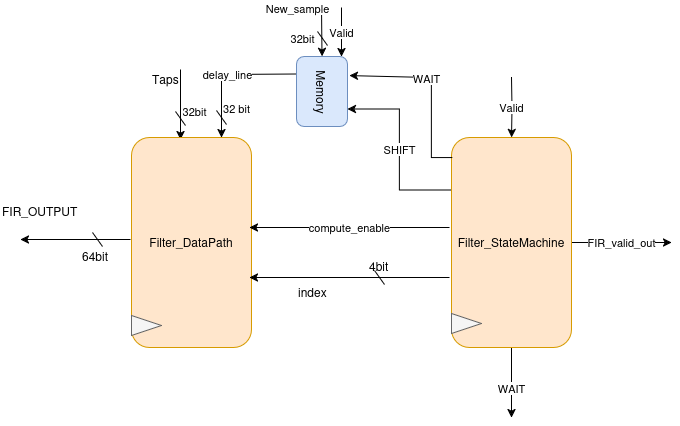
Before: Usman/Decimator/doc/filter.drawio.png, a diagram exported from draw.io (medsuet/Xcelerium-IC-Design-Training). Source tidied: cells renumbered, new cells last; positions are measured from the earlier drawing's top-left corner, leaving out a move shared by most shapes.
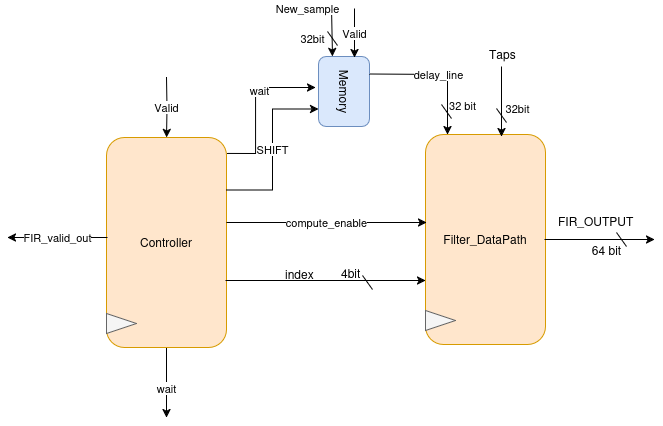
After the commit.

Commit message:
update filter direction

Diff of the diagram source:
```diff
@@ -2,60 +2,6 @@
   <root>
     <mxCell id="0" />
     <mxCell id="1" parent="0" />
-    <mxCell id="2" value="delay_line" style="rounded=0;jettySize=auto;html=1;entryX=0.75;entryY=0;entryDx=0;entryDy=0;exitX=0;exitY=0.25;exitDx=0;exitDy=0;" parent="1" edge="1" source="25" target="8">
-      <mxGeometry relative="1" as="geometry">
-        <Array as="points">
-          <mxPoint x="221" y="67" />
-        </Array>
-      </mxGeometry>
-    </mxCell>
-    <mxCell id="3" value="32bit" style="edgeLabel;html=1;align=center;verticalAlign=middle;" parent="2" vertex="1">
-      <mxGeometry x="-0.82" y="1" relative="1" as="geometry">
-        <mxPoint x="30" y="16" as="offset" />
-      </mxGeometry>
-    </mxCell>
-    <mxCell id="4" value="32 bit" style="edgeLabel;html=1;align=center;verticalAlign=middle;" parent="2" vertex="1">
-      <mxGeometry x="0.38" y="-2" relative="1" as="geometry">
-        <mxPoint x="16" y="14" as="offset" />
-      </mxGeometry>
-    </mxCell>
-    <mxCell id="5" style="edgeStyle=orthogonalEdgeStyle;rounded=0;orthogonalLoop=1;jettySize=auto;html=1;entryX=0.25;entryY=1;entryDx=0;entryDy=0;" parent="1" edge="1">
-      <mxGeometry relative="1" as="geometry">
-        <mxPoint x="180" y="62" as="sourcePoint" />
-        <mxPoint x="180" y="132" as="targetPoint" />
-      </mxGeometry>
-    </mxCell>
-    <mxCell id="6" value="32bit" style="edgeLabel;html=1;align=center;verticalAlign=middle;" parent="5" vertex="1">
-      <mxGeometry x="-0.64" relative="1" as="geometry">
-        <mxPoint x="13" y="28" as="offset" />
-      </mxGeometry>
-    </mxCell>
-    <mxCell id="7" style="edgeStyle=orthogonalEdgeStyle;rounded=0;orthogonalLoop=1;jettySize=auto;html=1;exitX=0;exitY=0.5;exitDx=0;exitDy=0;" parent="1" edge="1">
-      <mxGeometry y="5" relative="1" as="geometry">
-        <mxPoint x="130" y="232" as="sourcePoint" />
-        <mxPoint x="20" y="232" as="targetPoint" />
-      </mxGeometry>
-    </mxCell>
-    <mxCell id="8" value="Filter_DataPath" style="rounded=1;whiteSpace=wrap;html=1;fillColor=#ffe6cc;strokeColor=#d79b00;" parent="1" vertex="1">
-      <mxGeometry x="131" y="130" width="120" height="210" as="geometry" />
-    </mxCell>
-    <mxCell id="9" value="compute_enable" style="edgeStyle=orthogonalEdgeStyle;rounded=0;orthogonalLoop=1;jettySize=auto;html=1;exitX=0;exitY=0.25;exitDx=0;exitDy=0;entryX=1;entryY=0.25;entryDx=0;entryDy=0;" parent="1" edge="1">
-      <mxGeometry relative="1" as="geometry">
-        <mxPoint x="449" y="220" as="sourcePoint" />
-        <mxPoint x="249" y="220" as="targetPoint" />
-      </mxGeometry>
-    </mxCell>
-    <mxCell id="10" style="edgeStyle=orthogonalEdgeStyle;rounded=0;orthogonalLoop=1;jettySize=auto;html=1;exitX=0;exitY=0.5;exitDx=0;exitDy=0;entryX=1;entryY=0.5;entryDx=0;entryDy=0;" parent="1" edge="1">
-      <mxGeometry relative="1" as="geometry">
-        <mxPoint x="449" y="270" as="sourcePoint" />
-        <mxPoint x="249" y="270" as="targetPoint" />
-      </mxGeometry>
-    </mxCell>
-    <mxCell id="11" value="FIR_valid_out" style="edgeStyle=orthogonalEdgeStyle;rounded=0;jettySize=auto;html=1;exitX=1;exitY=0.5;exitDx=0;exitDy=0;" parent="1" edge="1" source="16">
-      <mxGeometry relative="1" as="geometry">
-        <mxPoint x="671" y="235" as="targetPoint" />
-      </mxGeometry>
-    </mxCell>
     <mxCell id="12" value="Valid" style="edgeStyle=orthogonalEdgeStyle;rounded=0;jettySize=auto;html=1;entryX=0.5;entryY=0;entryDx=0;entryDy=0;" parent="1" edge="1" target="16">
       <mxGeometry relative="1" as="geometry">
         <mxPoint x="511" y="70" as="sourcePoint" />
@@ -66,108 +12,159 @@
         <mxPoint x="511" y="410" as="targetPoint" />
       </mxGeometry>
     </mxCell>
-    <mxCell id="14" value="WAIT" style="edgeLabel;html=1;align=center;verticalAlign=middle;" parent="13" vertex="1">
+    <mxCell id="14" value="wait" style="edgeLabel;html=1;align=center;verticalAlign=middle;" parent="13" vertex="1">
       <mxGeometry x="0.15" y="-1" relative="1" as="geometry" />
     </mxCell>
+    <mxCell id="16" value="Controller" style="rounded=1;whiteSpace=wrap;html=1;fillColor=#ffe6cc;strokeColor=#d79b00;" parent="1" vertex="1">
+      <mxGeometry x="451" y="130" width="120" height="210" as="geometry" />
+    </mxCell>
+    <mxCell id="18" style="triangle;whiteSpace=wrap;html=1;rotation=-90;direction=south;fillColor=#f5f5f5;strokeColor=#666666;fontColor=#333333;" parent="1" vertex="1">
+      <mxGeometry x="456" y="301" width="20" height="30" as="geometry" />
+    </mxCell>
+    <mxCell id="30" style="endArrow=none;html=1;rounded=0;" parent="1" edge="1">
+      <mxGeometry relative="1" as="geometry">
+        <mxPoint x="717" y="282" as="sourcePoint" />
+        <mxPoint x="707" y="268" as="targetPoint" />
+      </mxGeometry>
+    </mxCell>
+    <mxCell id="32" value="4bit" style="text;whiteSpace=wrap;html=1;" parent="1" vertex="1">
+      <mxGeometry x="684" y="252" width="30" height="30" as="geometry" />
+    </mxCell>
+    <mxCell id="8" value="Filter_DataPath" style="rounded=1;whiteSpace=wrap;html=1;fillColor=#ffe6cc;strokeColor=#d79b00;" parent="1" vertex="1">
+      <mxGeometry x="770" y="127" width="120" height="210" as="geometry" />
+    </mxCell>
+    <mxCell id="11" value="FIR_valid_out" style="edgeStyle=orthogonalEdgeStyle;rounded=0;orthogonalLoop=1;jettySize=auto;html=1;exitX=1;exitY=0.5;exitDx=0;exitDy=0;" parent="1" edge="1">
+      <mxGeometry relative="1" as="geometry">
+        <mxPoint x="452" y="230" as="sourcePoint" />
+        <mxPoint x="352" y="230" as="targetPoint" />
+      </mxGeometry>
+    </mxCell>
+    <mxCell id="9" value="compute_enable" style="edgeStyle=orthogonalEdgeStyle;rounded=0;orthogonalLoop=1;jettySize=auto;html=1;exitX=0;exitY=0.25;exitDx=0;exitDy=0;entryX=1;entryY=0.25;entryDx=0;entryDy=0;" parent="1" edge="1">
+      <mxGeometry relative="1" as="geometry">
+        <mxPoint x="571" y="215" as="sourcePoint" />
+        <mxPoint x="771" y="215" as="targetPoint" />
+      </mxGeometry>
+    </mxCell>
+    <mxCell id="37" style="edgeStyle=orthogonalEdgeStyle;rounded=0;orthogonalLoop=1;jettySize=auto;html=1;exitX=0;exitY=0.5;exitDx=0;exitDy=0;entryX=1;entryY=0.5;entryDx=0;entryDy=0;" parent="1" edge="1">
+      <mxGeometry relative="1" as="geometry">
+        <mxPoint x="570" y="273" as="sourcePoint" />
+        <mxPoint x="770" y="273" as="targetPoint" />
+      </mxGeometry>
+    </mxCell>
+    <mxCell id="31" value="&lt;div&gt;index&lt;/div&gt;" style="text;whiteSpace=wrap;html=1;" parent="1" vertex="1">
+      <mxGeometry x="628" y="253" width="30" height="30" as="geometry" />
+    </mxCell>
+    <mxCell id="38" style="rounded=1;whiteSpace=wrap;html=1;fillColor=#dae8fc;strokeColor=#6c8ebf;" parent="1" vertex="1">
+      <mxGeometry x="663" y="49" width="51" height="70" as="geometry" />
+    </mxCell>
+    <mxCell id="26" value="Memory" style="text;html=1;align=center;verticalAlign=middle;strokeColor=none;fillColor=none;rotation=90;" parent="1" vertex="1">
+      <mxGeometry x="655" y="69" width="70" height="30" as="geometry" />
+    </mxCell>
+    <mxCell id="39" style="rounded=0;jettySize=auto;html=1;exitX=1.008;exitY=0.076;exitDx=0;exitDy=0;exitPerimeter=0;" parent="1" edge="1" source="16">
+      <mxGeometry relative="1" as="geometry">
+        <mxPoint x="660" y="80" as="targetPoint" />
+        <Array as="points">
+          <mxPoint x="600" y="146" />
+          <mxPoint x="600" y="120" />
+          <mxPoint x="600" y="80" />
+        </Array>
+      </mxGeometry>
+    </mxCell>
+    <mxCell id="40" value="wait" style="edgeLabel;html=1;align=center;verticalAlign=middle;" parent="39" vertex="1">
+      <mxGeometry x="0.2" y="1" relative="1" as="geometry">
+        <mxPoint x="4" as="offset" />
+      </mxGeometry>
+    </mxCell>
-    <mxCell id="15" value="SHIFT" style="edgeStyle=orthogonalEdgeStyle;rounded=0;jettySize=auto;html=1;exitX=0;exitY=0.25;exitDx=0;exitDy=0;entryX=1;entryY=0.75;entryDx=0;entryDy=0;" parent="1" edge="1" source="16" target="25">
+    <mxCell id="15" value="SHIFT" style="edgeStyle=orthogonalEdgeStyle;rounded=0;jettySize=auto;html=1;exitX=1;exitY=0.25;exitDx=0;exitDy=0;entryX=0;entryY=0.75;entryDx=0;entryDy=0;" parent="1" edge="1" source="16" target="38">
       <mxGeometry relative="1" as="geometry" />
     </mxCell>
-    <mxCell id="16" value="Filter_StateMachine" style="rounded=1;whiteSpace=wrap;html=1;fillColor=#ffe6cc;strokeColor=#d79b00;" parent="1" vertex="1">
-      <mxGeometry x="451" y="130" width="120" height="210" as="geometry" />
-    </mxCell>
-    <mxCell id="17" style="triangle;whiteSpace=wrap;html=1;rotation=-90;direction=south;fillColor=#f5f5f5;fontColor=#333333;strokeColor=#666666;" parent="1" vertex="1">
-      <mxGeometry x="136" y="303" width="20" height="30" as="geometry" />
-    </mxCell>
-    <mxCell id="18" style="triangle;whiteSpace=wrap;html=1;rotation=-90;direction=south;fillColor=#f5f5f5;strokeColor=#666666;fontColor=#333333;" parent="1" vertex="1">
-      <mxGeometry x="456" y="301" width="20" height="30" as="geometry" />
-    </mxCell>
-    <mxCell id="19" style="rounded=0;jettySize=auto;html=1;entryX=0.5;entryY=0;entryDx=0;entryDy=0;" parent="1" edge="1" target="25">
-      <mxGeometry relative="1" as="geometry">
-        <mxPoint x="321" as="sourcePoint" />
-      </mxGeometry>
-    </mxCell>
+    <mxCell id="2" value="delay_line" style="rounded=0;jettySize=auto;html=1;entryX=0.75;entryY=0;entryDx=0;entryDy=0;exitX=1;exitY=0.25;exitDx=0;exitDy=0;" parent="1" edge="1" source="38">
+      <mxGeometry relative="1" as="geometry">
+        <mxPoint x="792" y="127" as="targetPoint" />
+        <Array as="points">
+          <mxPoint x="792" y="67" />
+        </Array>
+      </mxGeometry>
+    </mxCell>
+    <mxCell id="4" value="32 bit" style="edgeLabel;html=1;align=center;verticalAlign=middle;" parent="2" vertex="1">
+      <mxGeometry x="0.38" y="-2" relative="1" as="geometry">
+        <mxPoint x="16" y="14" as="offset" />
+      </mxGeometry>
+    </mxCell>
+    <mxCell id="41" style="endArrow=none;html=1;rounded=0;" parent="1" edge="1">
+      <mxGeometry relative="1" as="geometry">
+        <mxPoint x="796" y="111" as="sourcePoint" />
+        <mxPoint x="786" y="97" as="targetPoint" />
+      </mxGeometry>
+    </mxCell>
+    <mxCell id="42" style="edgeStyle=orthogonalEdgeStyle;rounded=0;orthogonalLoop=1;jettySize=auto;html=1;entryX=0.25;entryY=1;entryDx=0;entryDy=0;" parent="1" edge="1">
+      <mxGeometry relative="1" as="geometry">
+        <mxPoint x="846" y="59" as="sourcePoint" />
+        <mxPoint x="846" y="129" as="targetPoint" />
+      </mxGeometry>
+    </mxCell>
+    <mxCell id="43" value="32bit" style="edgeLabel;html=1;align=center;verticalAlign=middle;" parent="42" vertex="1">
+      <mxGeometry x="-0.64" relative="1" as="geometry">
+        <mxPoint x="15" y="28" as="offset" />
+      </mxGeometry>
+    </mxCell>
+    <mxCell id="44" style="endArrow=none;html=1;rounded=0;" parent="1" edge="1">
+      <mxGeometry relative="1" as="geometry">
+        <mxPoint x="851" y="115" as="sourcePoint" />
+        <mxPoint x="841" y="101" as="targetPoint" />
+      </mxGeometry>
+    </mxCell>
+    <mxCell id="36" value="Taps" style="text;whiteSpace=wrap;html=1;" parent="1" vertex="1">
+      <mxGeometry x="832" y="33" width="30" height="30" as="geometry" />
+    </mxCell>
+    <mxCell id="24" value="Valid" style="rounded=0;orthogonalLoop=1;jettySize=auto;html=1;entryX=1;entryY=0;entryDx=0;entryDy=0;" parent="1" edge="1">
+      <mxGeometry relative="1" as="geometry">
+        <mxPoint x="699" y="1" as="sourcePoint" />
+        <mxPoint x="699" y="50" as="targetPoint" />
+      </mxGeometry>
+    </mxCell>
+    <mxCell id="45" style="rounded=0;orthogonalLoop=1;jettySize=auto;html=1;entryX=0.5;entryY=0;entryDx=0;entryDy=0;" parent="1" edge="1">
+      <mxGeometry relative="1" as="geometry">
+        <mxPoint x="676" as="sourcePoint" />
+        <mxPoint x="677" y="49" as="targetPoint" />
+      </mxGeometry>
+    </mxCell>
-    <mxCell id="20" value="New_sample" style="edgeLabel;html=1;align=center;verticalAlign=middle;rotation=0;" parent="19" vertex="1">
+    <mxCell id="20" value="New_sample" style="edgeLabel;html=1;align=center;verticalAlign=middle;rotation=0;" parent="45" vertex="1">
       <mxGeometry x="-0.33" y="-2" relative="1" as="geometry">
         <mxPoint x="-23" y="-17" as="offset" />
       </mxGeometry>
     </mxCell>
-    <mxCell id="21" value="32bit" style="edgeLabel;html=1;align=center;verticalAlign=middle;" parent="19" vertex="1">
-      <mxGeometry x="-0.1" y="-3" relative="1" as="geometry">
-        <mxPoint x="-17" y="8" as="offset" />
-      </mxGeometry>
-    </mxCell>
-    <mxCell id="22" style="rounded=0;orthogonalLoop=1;jettySize=auto;html=1;entryX=0;entryY=0.25;entryDx=0;entryDy=0;" parent="1" edge="1">
-      <mxGeometry relative="1" as="geometry">
-        <mxPoint x="452" y="150" as="sourcePoint" />
-        <mxPoint x="349" y="68" as="targetPoint" />
-        <Array as="points">
-          <mxPoint x="431" y="150" />
-          <mxPoint x="431" y="110" />
-          <mxPoint x="431" y="70" />
-        </Array>
-      </mxGeometry>
-    </mxCell>
-    <mxCell id="23" value="WAIT" style="edgeLabel;html=1;align=center;verticalAlign=middle;" parent="22" vertex="1">
-      <mxGeometry x="0.2" y="1" relative="1" as="geometry">
-        <mxPoint x="4" as="offset" />
-      </mxGeometry>
-    </mxCell>
-    <mxCell id="24" value="Valid" style="rounded=0;orthogonalLoop=1;jettySize=auto;html=1;entryX=1;entryY=0;entryDx=0;entryDy=0;" parent="1" edge="1">
-      <mxGeometry relative="1" as="geometry">
-        <mxPoint x="341" as="sourcePoint" />
-        <mxPoint x="341" y="49" as="targetPoint" />
-      </mxGeometry>
-    </mxCell>
-    <mxCell id="25" style="rounded=1;whiteSpace=wrap;html=1;fillColor=#dae8fc;strokeColor=#6c8ebf;" parent="1" vertex="1">
-      <mxGeometry x="296" y="49" width="51" height="70" as="geometry" />
-    </mxCell>
-    <mxCell id="26" value="Memory" style="text;html=1;align=center;verticalAlign=middle;strokeColor=none;fillColor=none;rotation=90;" parent="1" vertex="1">
-      <mxGeometry x="286.5" y="69" width="70" height="30" as="geometry" />
-    </mxCell>
+    <mxCell id="46" value="32bit" style="edgeLabel;html=1;align=center;verticalAlign=middle;" parent="45" vertex="1">
+      <mxGeometry x="-0.1" y="-3" relative="1" as="geometry">
+        <mxPoint x="-17" y="8" as="offset" />
+      </mxGeometry>
+    </mxCell>
+    <mxCell id="47" style="endArrow=none;html=1;rounded=0;" parent="1" edge="1">
+      <mxGeometry relative="1" as="geometry">
+        <mxPoint x="682" y="38" as="sourcePoint" />
+        <mxPoint x="672" y="24" as="targetPoint" />
+      </mxGeometry>
+    </mxCell>
+    <mxCell id="48" style="edgeStyle=orthogonalEdgeStyle;rounded=0;orthogonalLoop=1;jettySize=auto;html=1;exitX=0;exitY=0.5;exitDx=0;exitDy=0;" parent="1" edge="1">
+      <mxGeometry y="5" relative="1" as="geometry">
+        <mxPoint x="889" y="232" as="sourcePoint" />
+        <mxPoint x="999" y="232" as="targetPoint" />
+      </mxGeometry>
+    </mxCell>
-    <mxCell id="27" value="FIR_OUTPUT" style="text;whiteSpace=wrap;html=1;" parent="1" vertex="1">
-      <mxGeometry y="190" width="86" height="30" as="geometry" />
+    <mxCell id="27" value="FIR_OUTPUT" style="text;whiteSpace=wrap;html=1;direction=south;" parent="1" vertex="1">
+      <mxGeometry x="901" y="200" width="83" height="28" as="geometry" />
     </mxCell>
-    <mxCell id="28" style="endArrow=none;html=1;rounded=0;" parent="1" edge="1">
-      <mxGeometry relative="1" as="geometry">
-        <mxPoint x="102" y="239" as="sourcePoint" />
-        <mxPoint x="92" y="225" as="targetPoint" />
-      </mxGeometry>
-    </mxCell>
-    <mxCell id="29" value="&lt;div&gt;&lt;br&gt;&lt;/div&gt;64bit" style="text;whiteSpace=wrap;html=1;" parent="1" vertex="1">
-      <mxGeometry x="80" y="221" width="30" height="40" as="geometry" />
-    </mxCell>
-    <mxCell id="30" style="endArrow=none;html=1;rounded=0;" parent="1" edge="1">
-      <mxGeometry relative="1" as="geometry">
-        <mxPoint x="384" y="277" as="sourcePoint" />
-        <mxPoint x="374" y="263" as="targetPoint" />
-      </mxGeometry>
-    </mxCell>
-    <mxCell id="31" value="&lt;div&gt;index&lt;/div&gt;" style="text;whiteSpace=wrap;html=1;" parent="1" vertex="1">
-      <mxGeometry x="296" y="271" width="30" height="30" as="geometry" />
-    </mxCell>
-    <mxCell id="32" value="4bit" style="text;whiteSpace=wrap;html=1;" parent="1" vertex="1">
-      <mxGeometry x="367" y="245" width="30" height="30" as="geometry" />
-    </mxCell>
-    <mxCell id="33" style="endArrow=none;html=1;rounded=0;" parent="1" edge="1">
-      <mxGeometry relative="1" as="geometry">
-        <mxPoint x="226" y="117" as="sourcePoint" />
-        <mxPoint x="216" y="103" as="targetPoint" />
-      </mxGeometry>
-    </mxCell>
-    <mxCell id="34" style="endArrow=none;html=1;rounded=0;" parent="1" edge="1">
-      <mxGeometry relative="1" as="geometry">
-        <mxPoint x="185" y="118" as="sourcePoint" />
-        <mxPoint x="175" y="104" as="targetPoint" />
-      </mxGeometry>
-    </mxCell>
-    <mxCell id="35" style="endArrow=none;html=1;rounded=0;" parent="1" edge="1">
-      <mxGeometry relative="1" as="geometry">
-        <mxPoint x="327" y="38" as="sourcePoint" />
-        <mxPoint x="317" y="24" as="targetPoint" />
-      </mxGeometry>
-    </mxCell>
-    <mxCell id="36" value="Taps" style="text;whiteSpace=wrap;html=1;" parent="1" vertex="1">
-      <mxGeometry x="150" y="58" width="30" height="30" as="geometry" />
-    </mxCell>
+    <mxCell id="49" style="endArrow=none;html=1;rounded=0;" parent="1" edge="1">
+      <mxGeometry relative="1" as="geometry">
+        <mxPoint x="961" y="225" as="sourcePoint" />
+        <mxPoint x="971" y="239" as="targetPoint" />
+      </mxGeometry>
+    </mxCell>
+    <mxCell id="50" value="64 bit" style="text;html=1;align=center;verticalAlign=middle;strokeColor=none;fillColor=none;" parent="1" vertex="1">
+      <mxGeometry x="926" y="228" width="50" height="30" as="geometry" />
+    </mxCell>
+    <mxCell id="51" style="triangle;whiteSpace=wrap;html=1;rotation=-90;direction=south;fillColor=#f5f5f5;strokeColor=#666666;fontColor=#333333;" parent="1" vertex="1">
+      <mxGeometry x="775" y="298" width="20" height="30" as="geometry" />
+    </mxCell>
   </root>
 </mxGraphModel>
```
